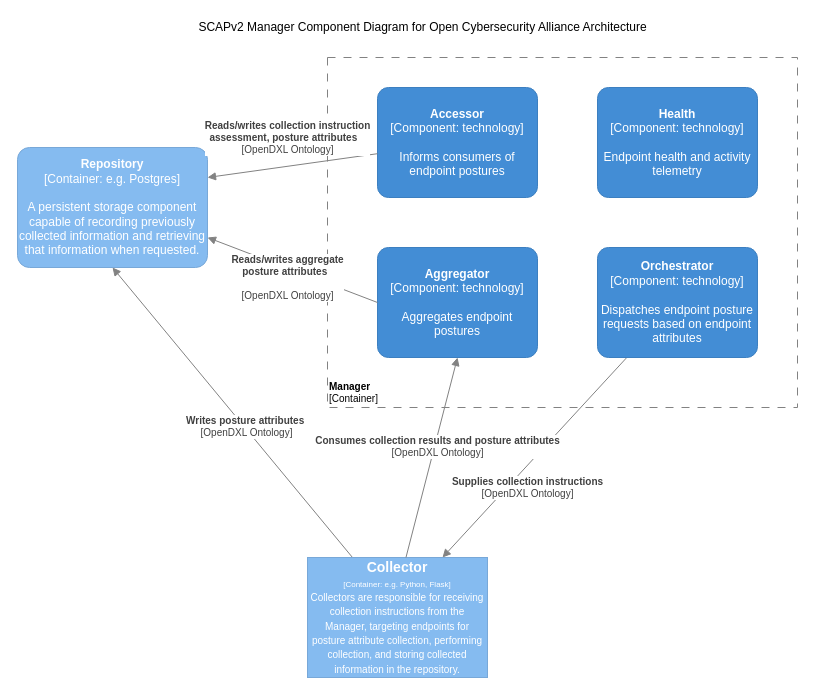
Earlier version of the draw.io diagram page "SCAPv2 Manager" (3 of 4) of Architecture Documents/oca-c4-architecture.drawio (opencybersecurityalliance/documentation). Source tidied: cells renumbered, new cells numbered last; positions are measured from the earlier drawing's top-left corner, leaving out a move shared by most shapes. Both pictures are drawn from the tidied source at 100%, with x=0, y=0 at pixel (17, 17).
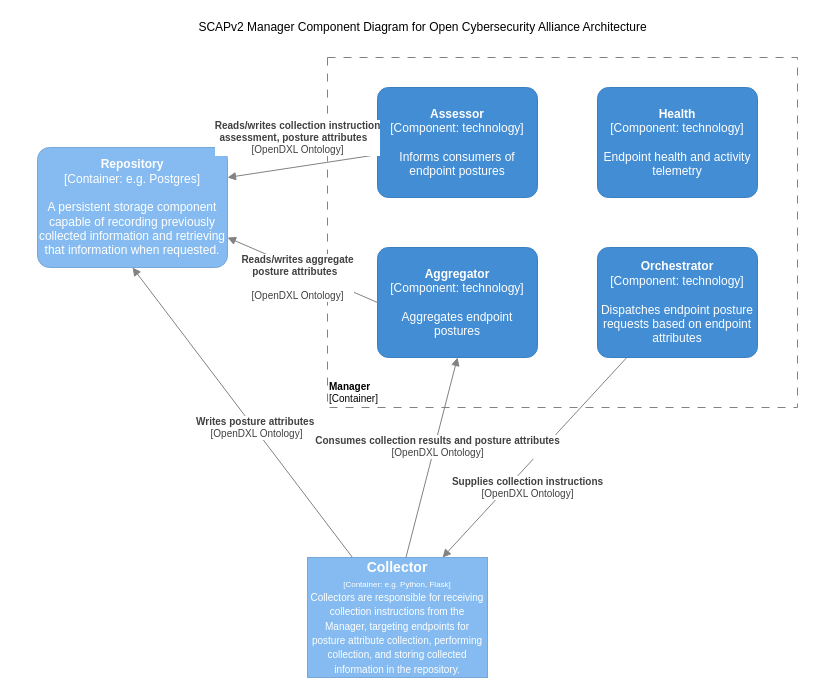
Above is the later version.

Commit message (it also covers changes not shown here):
Component fixes and typo fix

Diff of the diagram source:
```diff
@@
 <mxGraphModel>
   <root>
     <mxCell id="0" />
     <mxCell id="1" parent="0" />
     <mxCell id="2" value="&lt;font style=&quot;font-size: 10px&quot;&gt;&lt;b&gt;Manager&lt;br&gt;&lt;/b&gt;[Container]&lt;/font&gt;" style="rounded=0;whiteSpace=wrap;html=1;strokeColor=#828282;fillColor=none;fontColor=#000000;align=left;labelPosition=center;verticalLabelPosition=middle;verticalAlign=bottom;dashed=1;strokeWidth=1;perimeterSpacing=0;spacing=2;spacingTop=0;fontSize=10;dashPattern=8 8;" parent="1" vertex="1">
       <mxGeometry x="310" y="40" width="470" height="350" as="geometry" />
     </mxCell>
     <mxCell id="3" value="&lt;span style=&quot;font-size: 10px&quot;&gt;&lt;b&gt;Writes posture attributes&amp;nbsp;&lt;/b&gt;&lt;br&gt;[OpenDXL Ontology]&lt;br&gt;&lt;/span&gt;" style="endArrow=block;html=1;fontSize=10;fontColor=#404040;strokeWidth=1;endFill=1;strokeColor=#828282;elbow=vertical;exitX=0.25;exitY=0;exitDx=0;exitDy=0;entryX=0.5;entryY=1;entryDx=0;entryDy=0;entryPerimeter=0;" parent="1" edge="1" source="5" target="13">
       <mxGeometry x="-0.11" y="-2" relative="1" as="geometry" />
     </mxCell>
     <mxCell id="4" value="&lt;b&gt;Supplies collection instructions&lt;br&gt;&lt;/b&gt;[OpenDXL Ontology]&lt;span style=&quot;font-size: 10px&quot;&gt;&lt;br&gt;&lt;/span&gt;" style="endArrow=block;html=1;fontSize=10;fontColor=#404040;strokeWidth=1;endFill=1;strokeColor=#828282;elbow=vertical;entryX=0.75;entryY=0;entryDx=0;entryDy=0;" parent="1" edge="1" source="7" target="5">
       <mxGeometry x="0.2" y="15" relative="1" as="geometry" />
     </mxCell>
     <object id="5" label="&lt;div&gt;&lt;span style=&quot;font-size: 14px&quot;&gt;&lt;b&gt;Collector&lt;/b&gt;&lt;/span&gt;&lt;/div&gt;&lt;div&gt;&lt;span style=&quot;font-size: 8px&quot;&gt;[Container: %technology%]&lt;/span&gt;&lt;br&gt;&lt;/div&gt;&lt;div&gt;&lt;span style=&quot;font-size: x-small&quot;&gt;Collectors are responsible for receiving collection instructions from the Manager, targeting endpoints for posture attribute collection, performing collection, and storing collected information in the repository.&lt;/span&gt;&lt;br&gt;&lt;/div&gt;" placeholders="1" technology="e.g. Python, Flask">
       <mxCell style="rounded=0;whiteSpace=wrap;html=1;fillColor=#85BBF0;fontColor=#ffffff;strokeColor=#78A8D8;arcSize=10;" parent="1" vertex="1">
         <mxGeometry x="290" y="540" width="180" height="120" as="geometry" />
       </mxCell>
     </object>
     <object id="6" label="&lt;b&gt;%c4Name%&lt;/b&gt;&lt;div&gt;[%c4Type%: %c4Technology%]&lt;/div&gt;&lt;br&gt;&lt;div&gt;%c4Description%&lt;/div&gt;" c4Description="Endpoint health and activity telemetry" c4Name="Health" c4Technology="technology" c4Type="Component" placeholders="1">
       <mxCell style="rounded=1;whiteSpace=wrap;html=1;labelBackgroundColor=none;fillColor=#438DD5;fontColor=#ffffff;align=center;arcSize=10;strokeColor=#3C7FC0;metaData={&quot;c4Type&quot;:{&quot;editable&quot;:false}};" parent="1" vertex="1">
         <mxGeometry x="580" y="70" width="160" height="110" as="geometry" />
       </mxCell>
     </object>
     <object id="7" label="&lt;b&gt;%c4Name%&lt;/b&gt;&lt;div&gt;[%c4Type%: %c4Technology%]&lt;/div&gt;&lt;br&gt;&lt;div&gt;%c4Description%&lt;/div&gt;" c4Description="Dispatches endpoint posture requests based on endpoint attributes" c4Name="Orchestrator" c4Technology="technology" c4Type="Component" placeholders="1">
       <mxCell style="rounded=1;whiteSpace=wrap;html=1;labelBackgroundColor=none;fillColor=#438DD5;fontColor=#ffffff;align=center;arcSize=10;strokeColor=#3C7FC0;metaData={&quot;c4Type&quot;:{&quot;editable&quot;:false}};points=[[0.25,0,0],[0.5,0,0],[0.75,0,0],[1,0.25,0],[1,0.5,0],[1,0.75,0],[0.75,1,0],[0.5,1,0],[0.25,1,0],[0,0.75,0],[0,0.5,0],[0,0.25,0]];" parent="1" vertex="1">
         <mxGeometry x="580" y="230" width="160" height="110" as="geometry" />
       </mxCell>
     </object>
-    <object id="8" label="&lt;b&gt;%c4Name%&lt;/b&gt;&lt;div&gt;[%c4Type%: %c4Technology%]&lt;/div&gt;&lt;br&gt;&lt;div&gt;%c4Description%&lt;/div&gt;" c4Description="Informs consumers of endpoint postures" c4Name="Accessor" c4Technology="technology" c4Type="Component" placeholders="1">
+    <object id="8" label="&lt;b&gt;%c4Name%&lt;/b&gt;&lt;div&gt;[%c4Type%: %c4Technology%]&lt;/div&gt;&lt;br&gt;&lt;div&gt;%c4Description%&lt;/div&gt;" c4Description="Informs consumers of endpoint postures" c4Name="Assessor" c4Technology="technology" c4Type="Component" placeholders="1">
       <mxCell style="rounded=1;whiteSpace=wrap;html=1;labelBackgroundColor=none;fillColor=#438DD5;fontColor=#ffffff;align=center;arcSize=10;strokeColor=#3C7FC0;metaData={&quot;c4Type&quot;:{&quot;editable&quot;:false}};points=[[0.25,0,0],[0.5,0,0],[0.75,0,0],[1,0.25,0],[1,0.5,0],[1,0.75,0],[0.75,1,0],[0.5,1,0],[0.25,1,0],[0,0.75,0],[0,0.5,0],[0,0.25,0]];" parent="1" vertex="1">
         <mxGeometry x="360" y="70" width="160" height="110" as="geometry" />
       </mxCell>
     </object>
     <object id="9" label="&lt;b&gt;%c4Name%&lt;/b&gt;&lt;div&gt;[%c4Type%: %c4Technology%]&lt;/div&gt;&lt;br&gt;&lt;div&gt;%c4Description%&lt;/div&gt;" c4Description="Aggregates endpoint postures" c4Name="Aggregator" c4Technology="technology" c4Type="Component" placeholders="1">
       <mxCell style="rounded=1;whiteSpace=wrap;html=1;labelBackgroundColor=none;fillColor=#438DD5;fontColor=#ffffff;align=center;arcSize=10;strokeColor=#3C7FC0;metaData={&quot;c4Type&quot;:{&quot;editable&quot;:false}};points=[[0.25,0,0],[0.5,0,0],[0.75,0,0],[1,0.25,0],[1,0.5,0],[1,0.75,0],[0.75,1,0],[0.5,1,0],[0.25,1,0],[0,0.75,0],[0,0.5,0],[0,0.25,0]];" parent="1" vertex="1">
         <mxGeometry x="360" y="230" width="160" height="110" as="geometry" />
       </mxCell>
     </object>
     <mxCell id="10" value="&lt;b&gt;Consumes collection results and posture attributes&lt;br&gt;&lt;/b&gt;[OpenDXL Ontology]&lt;span style=&quot;font-size: 10px&quot;&gt;&lt;br&gt;&lt;/span&gt;" style="endArrow=block;html=1;fontSize=10;fontColor=#404040;strokeWidth=1;endFill=1;strokeColor=#828282;elbow=vertical;entryX=0.5;entryY=1;entryDx=0;entryDy=0;entryPerimeter=0;exitX=0.547;exitY=0;exitDx=0;exitDy=0;exitPerimeter=0;" parent="1" edge="1" source="5" target="9">
       <mxGeometry x="0.11" y="-3" relative="1" as="geometry" />
     </mxCell>
     <mxCell id="11" value="&lt;b&gt;Reads/writes aggregate&lt;/b&gt;&lt;b&gt;&lt;br&gt;&lt;/b&gt;&lt;b&gt;posture attributes&amp;nbsp;&amp;nbsp;&lt;/b&gt;&lt;span style=&quot;font-size: 10px&quot;&gt;&lt;b&gt;&lt;br&gt;&amp;nbsp;&lt;/b&gt;&lt;br&gt;[OpenDXL Ontology]&lt;br&gt;&lt;/span&gt;" style="endArrow=block;html=1;fontSize=10;fontColor=#404040;strokeWidth=1;endFill=1;strokeColor=#828282;elbow=vertical;exitX=0;exitY=0.5;exitDx=0;exitDy=0;exitPerimeter=0;entryX=1;entryY=0.75;entryDx=0;entryDy=0;entryPerimeter=0;" parent="1" edge="1" source="9" target="13">
       <mxGeometry x="0.02" y="9" relative="1" as="geometry" />
     </mxCell>
     <mxCell id="12" value="SCAPv2 Manager Component Diagram for Open Cybersecurity Alliance Architecture" style="text;html=1;align=center;verticalAlign=middle;" parent="1" vertex="1">
       <mxGeometry x="175" width="460" height="20" as="geometry" />
     </mxCell>
     <object id="13" label="&lt;b&gt;%c4Name%&lt;/b&gt;&lt;div&gt;[%c4Type%: %c4Technology%]&lt;/div&gt;&lt;br&gt;&lt;div&gt;%c4Description%&lt;/div&gt;" c4Description="A persistent storage component capable of recording previously collected information and retrieving that information when requested." c4Name="Repository" c4Technology="e.g. Postgres" c4Type="Container" placeholders="1">
       <mxCell style="rounded=1;whiteSpace=wrap;html=1;labelBackgroundColor=none;fillColor=#85BBF0;fontColor=#ffffff;align=center;arcSize=10;strokeColor=#78A8D8;metaData={&quot;c4Type&quot;:{&quot;editable&quot;:false}};points=[[0.25,0,0],[0.5,0,0],[0.75,0,0],[1,0.25,0],[1,0.5,0],[1,0.75,0],[0.75,1,0],[0.5,1,0],[0.25,1,0],[0,0.75,0],[0,0.5,0],[0,0.25,0]];" parent="1" vertex="1">
-        <mxGeometry y="130" width="190" height="120" as="geometry" />
+        <mxGeometry x="20" y="130" width="190" height="120" as="geometry" />
       </mxCell>
     </object>
     <mxCell id="14" value="&lt;span style=&quot;font-size: 10px&quot;&gt;&lt;b&gt;Reads/writes&amp;nbsp;&lt;/b&gt;&lt;/span&gt;&lt;b&gt;collection instruction&lt;br&gt;&lt;/b&gt;&lt;b&gt;assessment,&amp;nbsp;&lt;/b&gt;&lt;span style=&quot;font-size: 10px&quot;&gt;&lt;b&gt;posture attributes&amp;nbsp; &amp;nbsp;&lt;/b&gt;&lt;br&gt;[OpenDXL Ontology]&lt;br&gt;&lt;/span&gt;" style="endArrow=block;html=1;fontSize=10;fontColor=#404040;strokeWidth=1;endFill=1;strokeColor=#828282;elbow=vertical;entryX=1;entryY=0.25;entryDx=0;entryDy=0;entryPerimeter=0;" parent="1" edge="1" source="8" target="13">
       <mxGeometry x="0.01" y="-29" relative="1" as="geometry" />
     </mxCell>
   </root>
 </mxGraphModel>
```
